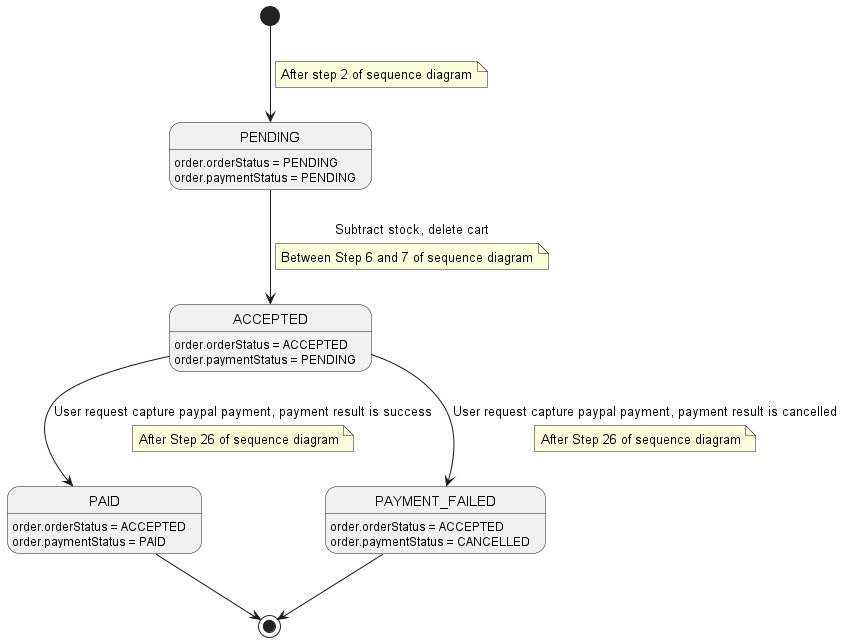
Above: order/docs/img/Order State diagram.png in nashtech-garage/yas (PlantUML), before the change.
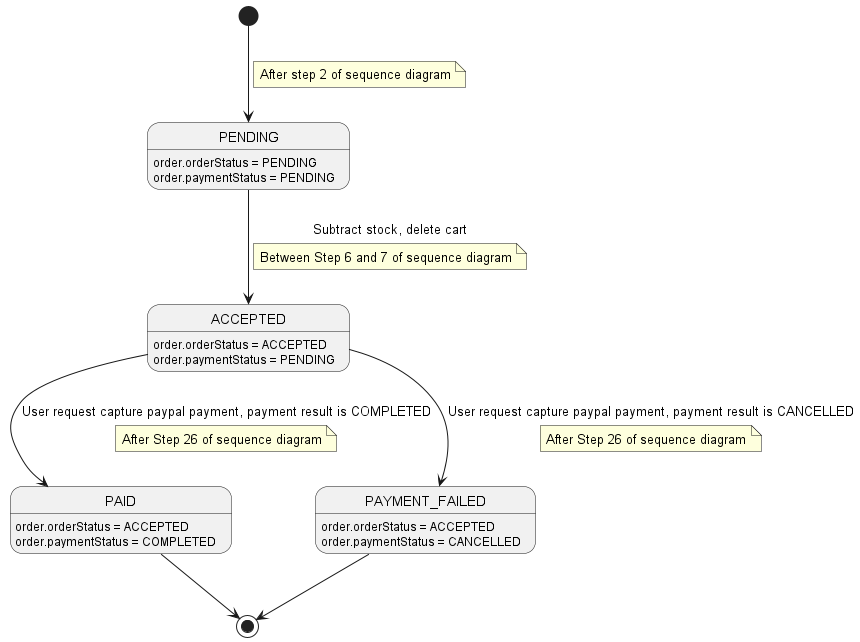
The same diagram one commit later.

Commit message:
Fix: rename status to reflect the correct name in the code

What changed in the source:
```diff
@@ -13,14 +13,14 @@
 ACCEPTED: order.orderStatus = ACCEPTED
 ACCEPTED: order.paymentStatus = PENDING
 
-ACCEPTED --> PAID: User request capture paypal payment, payment result is success
+ACCEPTED --> PAID: User request capture paypal payment, payment result is COMPLETED
 note on link
 After Step 26 of sequence diagram
 end note
 PAID: order.orderStatus = ACCEPTED
-PAID: order.paymentStatus = PAID
+PAID: order.paymentStatus = COMPLETED
 
-ACCEPTED --> PAYMENT_FAILED: User request capture paypal payment, payment result is cancelled
+ACCEPTED --> PAYMENT_FAILED: User request capture paypal payment, payment result is CANCELLED
 note on link
 After Step 26 of sequence diagram
 end note
```
